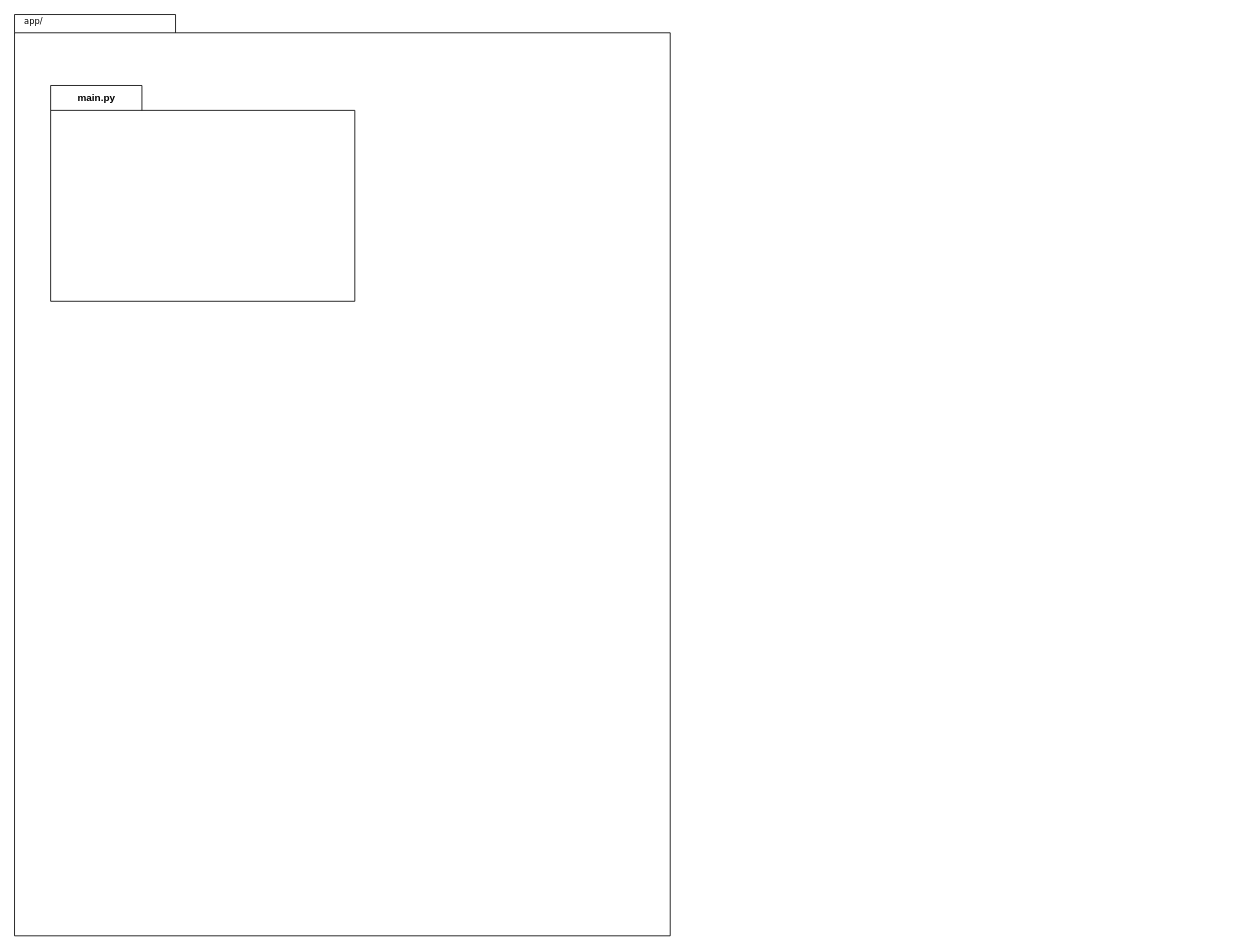
The draw.io diagram .diagrams/.be/app-folder.drawio in Bilgecrank/hindsite, before the edit. Source tidied: cells renumbered, new cells numbered last; positions are measured from the earlier drawing's top-left corner, leaving out a move shared by most shapes. Both pictures are drawn from the tidied source at 83%, with x=0, y=0 at pixel (14, 14).
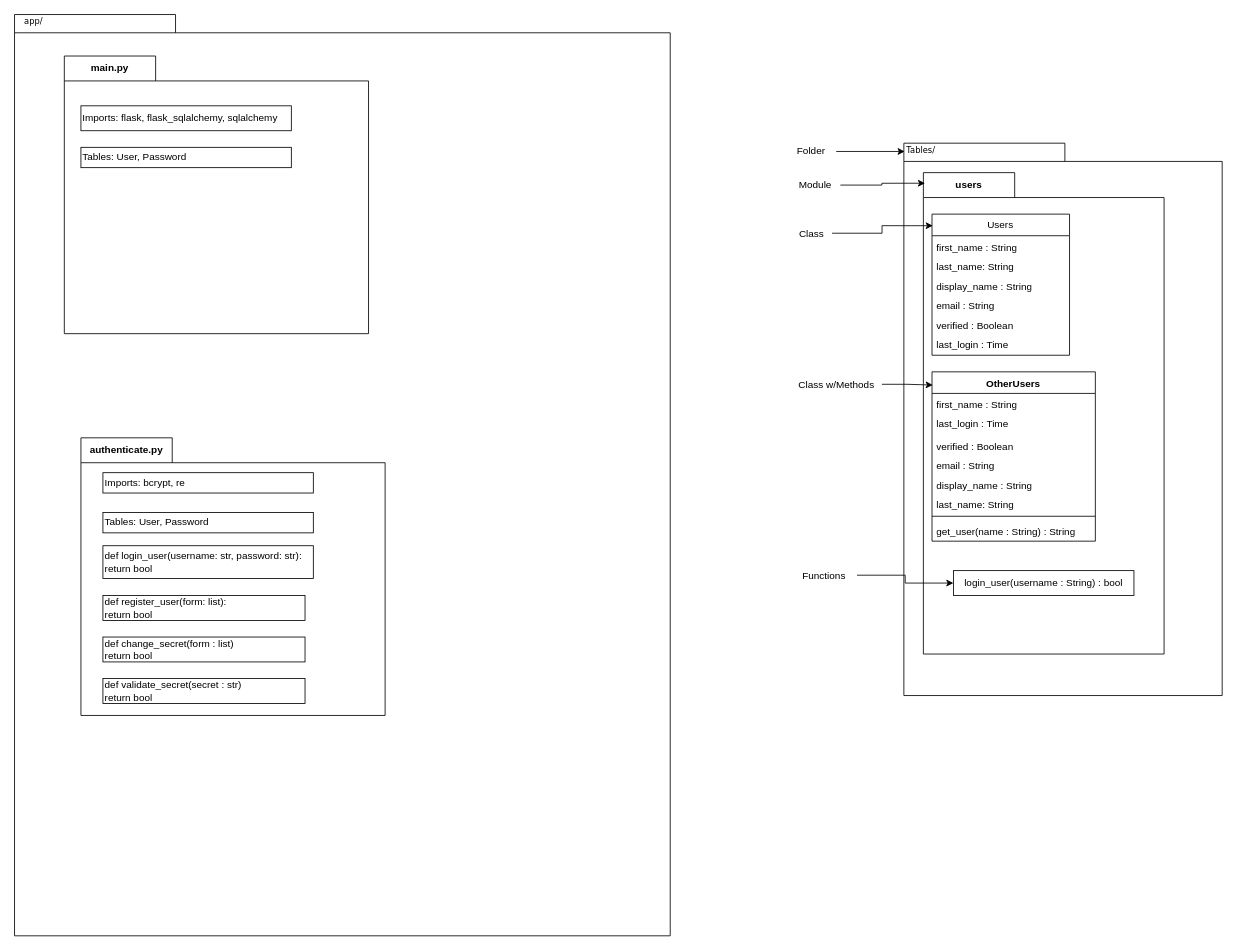
After the change.

Diff of the diagram source:
```diff
@@
-    <mxCell id="4" value="main.py" style="shape=folder;fontStyle=1;tabWidth=110;tabHeight=30;tabPosition=left;html=1;boundedLbl=1;labelInHeader=1;whiteSpace=wrap;" parent="1" vertex="1">
-      <mxGeometry x="43.5" y="85.5" width="366.5" height="260" as="geometry" />
+    <mxCell id="4" value="authenticate.py" style="shape=folder;fontStyle=1;tabWidth=110;tabHeight=30;tabPosition=left;html=1;boundedLbl=1;labelInHeader=1;whiteSpace=wrap;" parent="1" vertex="1">
+      <mxGeometry x="80" y="510" width="366.5" height="334.5" as="geometry" />
     </mxCell>
     <mxCell id="5" style="html=1;strokeColor=none;fillColor=none;whiteSpace=wrap;" parent="4" vertex="1">
-      <mxGeometry width="366.5" height="143" relative="1" as="geometry">
+      <mxGeometry width="366.5" height="180.84" relative="1" as="geometry">
         <mxPoint y="30" as="offset" />
       </mxGeometry>
     </mxCell>
+    <mxCell id="6" value="def login_user(username: str, password: str): &lt;br&gt;return bool" style="html=1;whiteSpace=wrap;align=left;" parent="4" vertex="1">
+      <mxGeometry x="26.5" y="130" width="253.5" height="39.5" as="geometry" />
+    </mxCell>
+    <mxCell id="7" value="def register_user(form: list): &lt;br&gt;return bool" style="html=1;whiteSpace=wrap;align=left;" parent="4" vertex="1">
+      <mxGeometry x="26.5" y="190" width="243.5" height="30" as="geometry" />
+    </mxCell>
+    <mxCell id="8" value="def change_secret(form : list)&lt;br&gt;return bool" style="html=1;whiteSpace=wrap;align=left;" parent="4" vertex="1">
+      <mxGeometry x="26.5" y="240" width="243.5" height="30" as="geometry" />
+    </mxCell>
+    <mxCell id="9" value="Tables: User, Password" style="html=1;whiteSpace=wrap;align=left;" parent="4" vertex="1">
+      <mxGeometry x="26.5" y="90" width="253.5" height="24.5" as="geometry" />
+    </mxCell>
+    <mxCell id="10" value="def validate_secret(secret : str)&lt;br&gt;return bool" style="html=1;whiteSpace=wrap;align=left;" parent="4" vertex="1">
+      <mxGeometry x="26.5" y="290" width="243.5" height="30" as="geometry" />
+    </mxCell>
+    <mxCell id="11" value="Imports: bcrypt, re" style="html=1;whiteSpace=wrap;align=left;" parent="4" vertex="1">
+      <mxGeometry x="26.5" y="42" width="253.5" height="24.5" as="geometry" />
+    </mxCell>
+    <mxCell id="12" style="shape=folder;fontStyle=1;spacingTop=10;tabWidth=194;tabHeight=22;tabPosition=left;html=1;rounded=0;shadow=0;comic=0;labelBackgroundColor=none;strokeWidth=1;fillColor=none;fontFamily=Verdana;fontSize=10;align=center;" parent="1" vertex="1">
+      <mxGeometry x="1071.5" y="155" width="383.5" height="665.5" as="geometry" />
+    </mxCell>
+    <mxCell id="13" value="Tables/" style="text;html=1;align=left;verticalAlign=top;spacingTop=-4;fontSize=10;fontFamily=Verdana;" parent="1" vertex="1">
+      <mxGeometry x="1072.5" y="155" width="130" height="20" as="geometry" />
+    </mxCell>
+    <mxCell id="14" value="users" style="shape=folder;fontStyle=1;tabWidth=110;tabHeight=30;tabPosition=left;html=1;boundedLbl=1;labelInHeader=1;whiteSpace=wrap;" parent="1" vertex="1">
+      <mxGeometry x="1095" y="190.5" width="290" height="580" as="geometry" />
+    </mxCell>
+    <mxCell id="15" style="html=1;strokeColor=none;fillColor=none;whiteSpace=wrap;" parent="14" vertex="1">
+      <mxGeometry width="229.81" height="300" relative="1" as="geometry">
+        <mxPoint y="30" as="offset" />
+      </mxGeometry>
+    </mxCell>
+    <mxCell id="16" value="login_user(username : String) : bool" style="html=1;whiteSpace=wrap;" parent="14" vertex="1">
+      <mxGeometry x="36.2" y="479.5" width="217.5" height="30" as="geometry" />
+    </mxCell>
+    <mxCell id="17" value="OtherUsers" style="swimlane;fontStyle=1;align=center;verticalAlign=top;horizontal=1;startSize=26;whiteSpace=wrap;html=1;" parent="14" vertex="1">
+      <mxGeometry x="10.4" y="240" width="196.8" height="204" as="geometry" />
+    </mxCell>
+    <mxCell id="18" value="first_name : String" style="text;strokeColor=none;fillColor=none;align=left;verticalAlign=top;spacingLeft=4;spacingRight=4;overflow=hidden;whiteSpace=wrap;html=1;" parent="17" vertex="1">
+      <mxGeometry y="26" width="196.8" height="23.5" as="geometry" />
+    </mxCell>
+    <mxCell id="19" value="last_login : Time" style="text;strokeColor=none;fillColor=none;align=left;verticalAlign=top;spacingLeft=4;spacingRight=4;overflow=hidden;whiteSpace=wrap;html=1;" parent="17" vertex="1">
+      <mxGeometry y="49.5" width="196.8" height="26.5" as="geometry" />
+    </mxCell>
+    <mxCell id="20" value="verified : Boolean" style="text;strokeColor=none;fillColor=none;align=left;verticalAlign=top;spacingLeft=4;spacingRight=4;overflow=hidden;whiteSpace=wrap;html=1;" parent="17" vertex="1">
+      <mxGeometry y="76" width="196.8" height="23.5" as="geometry" />
+    </mxCell>
+    <mxCell id="21" value="email : String" style="text;strokeColor=none;fillColor=none;align=left;verticalAlign=top;spacingLeft=4;spacingRight=4;overflow=hidden;whiteSpace=wrap;html=1;" parent="17" vertex="1">
+      <mxGeometry y="99.5" width="196.8" height="23.5" as="geometry" />
+    </mxCell>
+    <mxCell id="22" value="display_name : String" style="text;strokeColor=none;fillColor=none;align=left;verticalAlign=top;spacingLeft=4;spacingRight=4;overflow=hidden;whiteSpace=wrap;html=1;" parent="17" vertex="1">
+      <mxGeometry y="123" width="196.8" height="23.5" as="geometry" />
+    </mxCell>
+    <mxCell id="23" value="last_name: String" style="text;strokeColor=none;fillColor=none;align=left;verticalAlign=top;spacingLeft=4;spacingRight=4;overflow=hidden;whiteSpace=wrap;html=1;" parent="17" vertex="1">
+      <mxGeometry y="146.5" width="196.8" height="23.5" as="geometry" />
+    </mxCell>
+    <mxCell id="24" style="line;strokeWidth=1;fillColor=none;align=left;verticalAlign=middle;spacingTop=-1;spacingLeft=3;spacingRight=3;labelPosition=right;strokeColor=inherit;" parent="17" vertex="1">
+      <mxGeometry y="170" width="196.8" height="8" as="geometry" />
+    </mxCell>
+    <mxCell id="25" value="get_user(name : String) : String" style="text;strokeColor=none;fillColor=none;align=left;verticalAlign=top;spacingLeft=4;spacingRight=4;overflow=hidden;whiteSpace=wrap;html=1;" parent="17" vertex="1">
+      <mxGeometry y="178" width="196.8" height="26" as="geometry" />
+    </mxCell>
+    <mxCell id="26" value="Users" style="swimlane;fontStyle=0;horizontal=1;startSize=26;fillColor=none;whiteSpace=wrap;html=1;" parent="14" vertex="1">
+      <mxGeometry x="10.4" y="50" width="165.7" height="170" as="geometry" />
+    </mxCell>
+    <mxCell id="27" value="first_name : String" style="text;strokeColor=none;fillColor=none;align=left;verticalAlign=top;spacingLeft=4;spacingRight=4;overflow=hidden;whiteSpace=wrap;html=1;" parent="26" vertex="1">
+      <mxGeometry y="26" width="165.7" height="23.5" as="geometry" />
+    </mxCell>
+    <mxCell id="28" value="last_name: String" style="text;strokeColor=none;fillColor=none;align=left;verticalAlign=top;spacingLeft=4;spacingRight=4;overflow=hidden;whiteSpace=wrap;html=1;" parent="26" vertex="1">
+      <mxGeometry y="49.5" width="165.7" height="23.5" as="geometry" />
+    </mxCell>
+    <mxCell id="29" value="display_name : String" style="text;strokeColor=none;fillColor=none;align=left;verticalAlign=top;spacingLeft=4;spacingRight=4;overflow=hidden;whiteSpace=wrap;html=1;" parent="26" vertex="1">
+      <mxGeometry y="73" width="165.7" height="23.5" as="geometry" />
+    </mxCell>
+    <mxCell id="30" value="email : String" style="text;strokeColor=none;fillColor=none;align=left;verticalAlign=top;spacingLeft=4;spacingRight=4;overflow=hidden;whiteSpace=wrap;html=1;" parent="26" vertex="1">
+      <mxGeometry y="96.5" width="165.7" height="23.5" as="geometry" />
+    </mxCell>
+    <mxCell id="31" value="verified : Boolean" style="text;strokeColor=none;fillColor=none;align=left;verticalAlign=top;spacingLeft=4;spacingRight=4;overflow=hidden;whiteSpace=wrap;html=1;" parent="26" vertex="1">
+      <mxGeometry y="120" width="165.7" height="23.5" as="geometry" />
+    </mxCell>
+    <mxCell id="32" value="last_login : Time" style="text;strokeColor=none;fillColor=none;align=left;verticalAlign=top;spacingLeft=4;spacingRight=4;overflow=hidden;whiteSpace=wrap;html=1;" parent="26" vertex="1">
+      <mxGeometry y="143.5" width="165.7" height="26.5" as="geometry" />
+    </mxCell>
+    <mxCell id="33" style="edgeStyle=orthogonalEdgeStyle;rounded=0;jettySize=auto;html=1;" parent="1" edge="1" source="34" target="13">
+      <mxGeometry relative="1" as="geometry" />
+    </mxCell>
+    <mxCell id="34" value="Folder" style="text;html=1;strokeColor=none;fillColor=none;align=center;verticalAlign=middle;whiteSpace=wrap;rounded=0;" parent="1" vertex="1">
+      <mxGeometry x="930" y="150" width="60" height="30" as="geometry" />
+    </mxCell>
+    <mxCell id="35" style="edgeStyle=orthogonalEdgeStyle;rounded=0;jettySize=auto;html=1;entryX=0.007;entryY=0.022;entryDx=0;entryDy=0;entryPerimeter=0;" parent="1" edge="1" source="36" target="14">
+      <mxGeometry relative="1" as="geometry" />
+    </mxCell>
+    <mxCell id="36" value="Module" style="text;html=1;strokeColor=none;fillColor=none;align=center;verticalAlign=middle;whiteSpace=wrap;rounded=0;" parent="1" vertex="1">
+      <mxGeometry x="935" y="190.5" width="60" height="30" as="geometry" />
+    </mxCell>
+    <mxCell id="37" style="edgeStyle=orthogonalEdgeStyle;rounded=0;jettySize=auto;html=1;entryX=0.006;entryY=0.082;entryDx=0;entryDy=0;entryPerimeter=0;" parent="1" edge="1" source="38" target="26">
+      <mxGeometry relative="1" as="geometry" />
+    </mxCell>
+    <mxCell id="38" value="Class" style="text;html=1;align=center;verticalAlign=middle;points=[];strokeColor=none;fillColor=none;" parent="1" vertex="1">
+      <mxGeometry x="935" y="248.5" width="50" height="30" as="geometry" />
+    </mxCell>
+    <mxCell id="39" style="edgeStyle=orthogonalEdgeStyle;rounded=0;jettySize=auto;html=1;entryX=0.005;entryY=0.078;entryDx=0;entryDy=0;entryPerimeter=0;" parent="1" edge="1" source="40" target="17">
+      <mxGeometry relative="1" as="geometry" />
+    </mxCell>
+    <mxCell id="40" value="Class w/Methods" style="text;html=1;align=center;verticalAlign=middle;points=[];strokeColor=none;fillColor=none;" parent="1" vertex="1">
+      <mxGeometry x="935" y="430.5" width="110" height="30" as="geometry" />
+    </mxCell>
+    <mxCell id="41" style="edgeStyle=orthogonalEdgeStyle;rounded=0;jettySize=auto;html=1;" parent="1" edge="1" source="42" target="16">
+      <mxGeometry relative="1" as="geometry" />
+    </mxCell>
+    <mxCell id="42" value="Functions" style="text;html=1;align=center;verticalAlign=middle;points=[];strokeColor=none;fillColor=none;" parent="1" vertex="1">
+      <mxGeometry x="935" y="660.5" width="80" height="30" as="geometry" />
+    </mxCell>
+    <mxCell id="43" value="main.py" style="shape=folder;fontStyle=1;tabWidth=110;tabHeight=30;tabPosition=left;html=1;boundedLbl=1;labelInHeader=1;whiteSpace=wrap;" parent="1" vertex="1">
+      <mxGeometry x="60" y="50" width="366.5" height="334.5" as="geometry" />
+    </mxCell>
+    <mxCell id="44" style="html=1;strokeColor=none;fillColor=none;whiteSpace=wrap;" parent="43" vertex="1">
+      <mxGeometry width="366.5" height="180.84" relative="1" as="geometry">
+        <mxPoint y="30" as="offset" />
+      </mxGeometry>
+    </mxCell>
+    <mxCell id="45" value="Tables: User, Password" style="html=1;whiteSpace=wrap;align=left;" parent="43" vertex="1">
+      <mxGeometry x="20" y="110" width="253.5" height="24.5" as="geometry" />
+    </mxCell>
+    <mxCell id="46" value="Imports:&amp;nbsp;flask, flask_sqlalchemy, sqlalchemy" style="html=1;whiteSpace=wrap;align=left;" parent="43" vertex="1">
+      <mxGeometry x="20" y="60" width="253.5" height="30" as="geometry" />
+    </mxCell>
```
